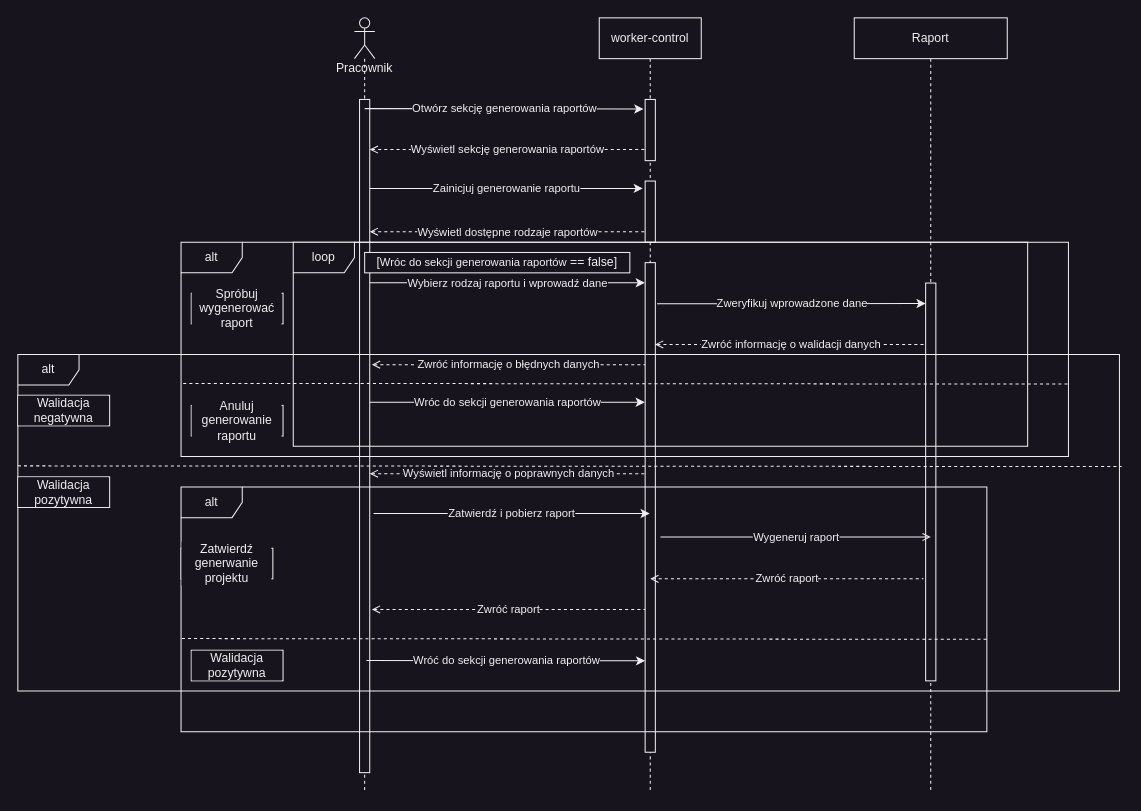
This is generate_raport_sequence.drawio from MarekMichali/vet-clinic, a draw.io file, before an edit. Source tidied: cells renumbered, new cells numbered last; positions are measured from the earlier drawing's top-left corner, leaving out a move shared by most shapes. Both pictures are drawn from the tidied source at 102%, with x=0, y=0 at pixel (17, 17).
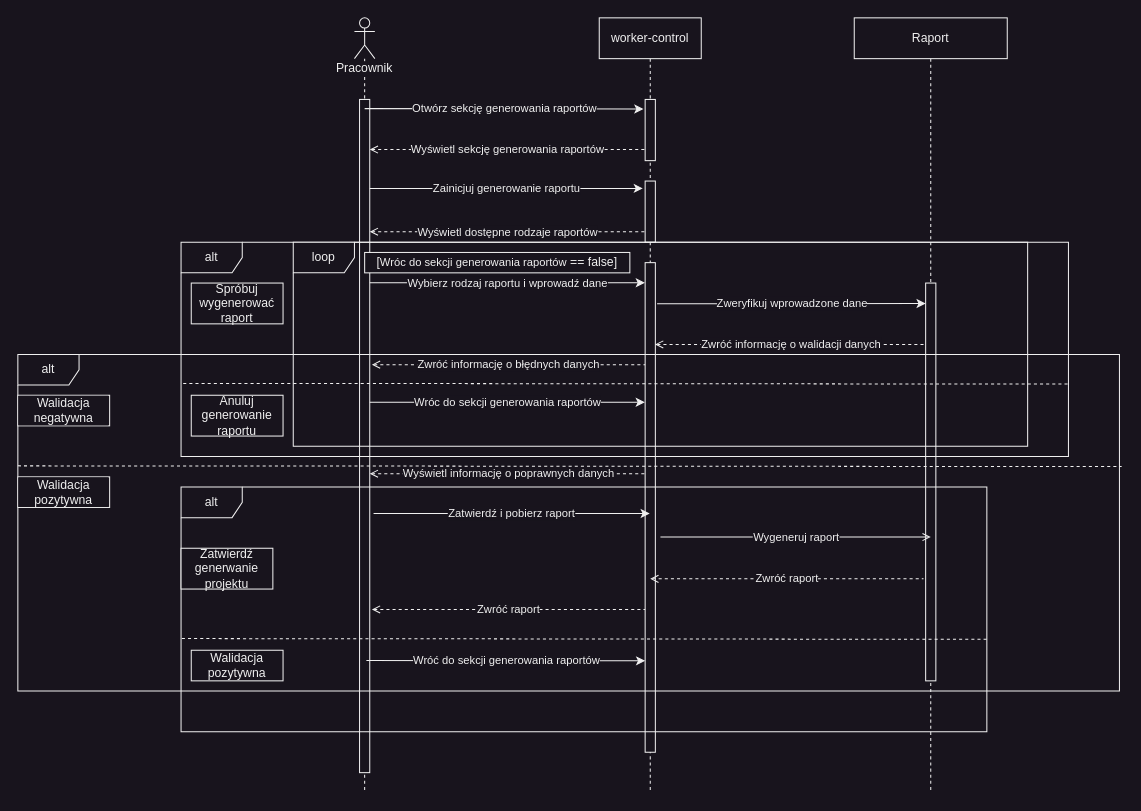
Above is the later version.

What changed in the source:
```diff
@@
-    <mxCell id="2" value="Pracownik" style="shape=umlLifeline;participant=umlActor;perimeter=lifelinePerimeter;whiteSpace=wrap;html=1;verticalAlign=top;spacingTop=36;fillColor=#18141D;strokeColor=#F0F0F0;fontColor=#F0F0F0;labelBackgroundColor=none;" parent="1" vertex="1">
+    <mxCell id="2" value="Pracownik" style="shape=umlLifeline;participant=umlActor;perimeter=lifelinePerimeter;whiteSpace=wrap;html=1;verticalAlign=top;spacingTop=36;fillColor=#18141D;strokeColor=#F0F0F0;fontColor=#F0F0F0;labelBackgroundColor=#18141D;" parent="1" vertex="1">
       <mxGeometry x="330" width="20" height="760" as="geometry" />
     </mxCell>
@@
+    <mxCell id="33" value="alt" style="shape=umlFrame;whiteSpace=wrap;html=1;fillColor=#18141D;strokeColor=#F0F0F0;fontColor=#F0F0F0;labelBackgroundColor=none;" parent="1" vertex="1">
+      <mxGeometry y="330" width="1080" height="330" as="geometry" />
+    </mxCell>
@@
-    <mxCell id="30" value="Anuluj generowanie raportu" style="text;html=1;strokeColor=#F0F0F0;fillColor=#18141D;align=center;verticalAlign=middle;whiteSpace=wrap;rounded=0;fontColor=#F0F0F0;labelBackgroundColor=#18141D;" parent="1" vertex="1">
-      <mxGeometry x="170" y="380" width="90" height="30" as="geometry" />
+    <mxCell id="30" value="Anuluj generowanie raportu" style="text;html=1;strokeColor=#F0F0F0;fillColor=#18141D;align=center;verticalAlign=middle;whiteSpace=wrap;rounded=0;fontColor=#F0F0F0;labelBackgroundColor=none;" parent="1" vertex="1">
+      <mxGeometry x="170" y="370" width="90" height="40" as="geometry" />
     </mxCell>
-    <mxCell id="31" value="Spróbuj wygenerować raport" style="text;html=1;strokeColor=#F0F0F0;fillColor=#18141D;align=center;verticalAlign=middle;whiteSpace=wrap;rounded=0;fontColor=#F0F0F0;labelBackgroundColor=#18141D;" parent="1" vertex="1">
-      <mxGeometry x="170" y="270" width="90" height="30" as="geometry" />
+    <mxCell id="31" value="Spróbuj wygenerować raport" style="text;html=1;strokeColor=#F0F0F0;fillColor=#18141D;align=center;verticalAlign=middle;whiteSpace=wrap;rounded=0;fontColor=#F0F0F0;labelBackgroundColor=none;" parent="1" vertex="1">
+      <mxGeometry x="170" y="260" width="90" height="40" as="geometry" />
     </mxCell>
@@
-    <mxCell id="33" value="alt" style="shape=umlFrame;whiteSpace=wrap;html=1;fillColor=#18141D;strokeColor=#F0F0F0;fontColor=#F0F0F0;labelBackgroundColor=#18141D;" parent="1" vertex="1">
-      <mxGeometry y="330" width="1080" height="330" as="geometry" />
-    </mxCell>
@@
-    <mxCell id="39" value="Zatwierdź generwanie projektu" style="text;html=1;strokeColor=#F0F0F0;fillColor=#18141D;align=center;verticalAlign=middle;whiteSpace=wrap;rounded=0;fontColor=#F0F0F0;labelBackgroundColor=#18141D;" parent="1" vertex="1">
-      <mxGeometry x="160" y="520" width="90" height="30" as="geometry" />
+    <mxCell id="39" value="Zatwierdź generwanie projektu" style="text;html=1;strokeColor=#F0F0F0;fillColor=#18141D;align=center;verticalAlign=middle;whiteSpace=wrap;rounded=0;fontColor=#F0F0F0;labelBackgroundColor=none;" parent="1" vertex="1">
+      <mxGeometry x="160" y="520" width="90" height="40" as="geometry" />
     </mxCell>
-    <mxCell id="40" value="Walidacja pozytywna" style="text;html=1;strokeColor=#F0F0F0;fillColor=#18141D;align=center;verticalAlign=middle;whiteSpace=wrap;rounded=0;fontColor=#F0F0F0;labelBackgroundColor=#18141D;" parent="1" vertex="1">
+    <mxCell id="40" value="Walidacja pozytywna" style="text;html=1;strokeColor=#F0F0F0;fillColor=#18141D;align=center;verticalAlign=middle;whiteSpace=wrap;rounded=0;fontColor=#F0F0F0;labelBackgroundColor=none;" parent="1" vertex="1">
       <mxGeometry x="170" y="620" width="90" height="30" as="geometry" />
     </mxCell>
```
